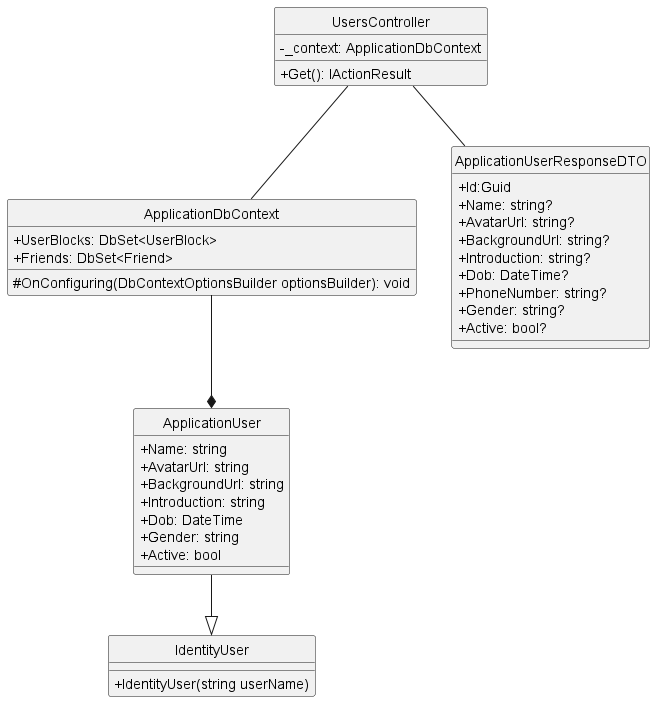
This is docs/Class Diagram/Identity/GetUserById/ClassDiagram/getUserById.png from Carl-Johnsons/Chat-Application, a PlantUML export, as it was before one commit. Source of this version:
```plantuml
@startuml getUserById
hide circle
skinparam classAttributeIconSize 0
class UsersController {
    - _context: ApplicationDbContext
    + Get(): IActionResult
}

class ApplicationDbContext {
    + UserBlocks: DbSet<UserBlock>
    + Friends: DbSet<Friend>
    # OnConfiguring(DbContextOptionsBuilder optionsBuilder): void
}

class ApplicationUserResponseDTO{
    + Id:Guid
    + Name: string?
    + AvatarUrl: string?
    + BackgroundUrl: string?
    + Introduction: string?
    + Dob: DateTime?
    + PhoneNumber: string?
    + Gender: string?
    + Active: bool?
}


class ApplicationUser {
    + Name: string
    + AvatarUrl: string
    + BackgroundUrl: string
    + Introduction: string
    + Dob: DateTime
    + Gender: string
    + Active: bool
}

class IdentityUser {
    + IdentityUser(string userName)
}

UsersController -- ApplicationDbContext
UsersController -- ApplicationUserResponseDTO
ApplicationDbContext --* ApplicationUser
ApplicationUser --|> IdentityUser
@enduml
```
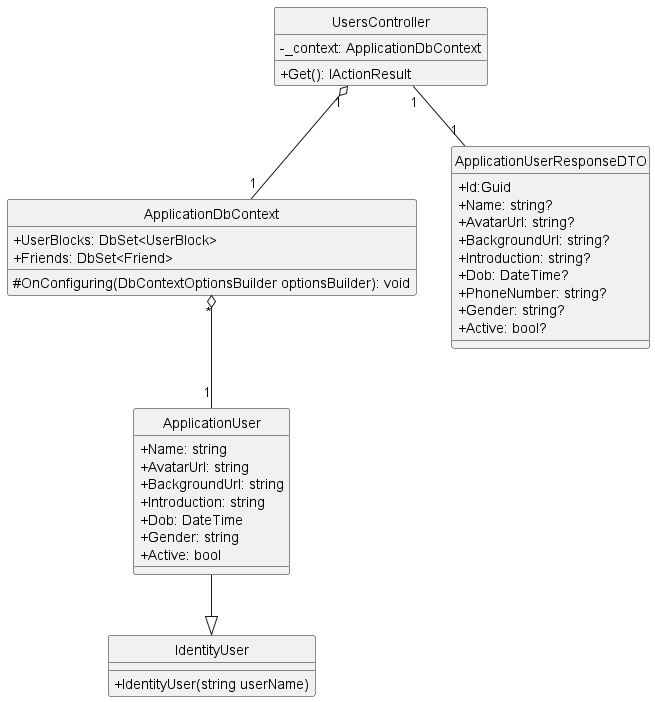
The same file after the commit.

Change to the diagram source:
```diff
@@ -39,8 +39,8 @@
     + IdentityUser(string userName)
 }
 
-UsersController -- ApplicationDbContext
-UsersController -- ApplicationUserResponseDTO
-ApplicationDbContext --* ApplicationUser
+UsersController "1" o--"1" ApplicationDbContext
+UsersController "1"--"1" ApplicationUserResponseDTO
+ApplicationDbContext "*" o--"1" ApplicationUser
 ApplicationUser --|> IdentityUser
 @enduml
```
